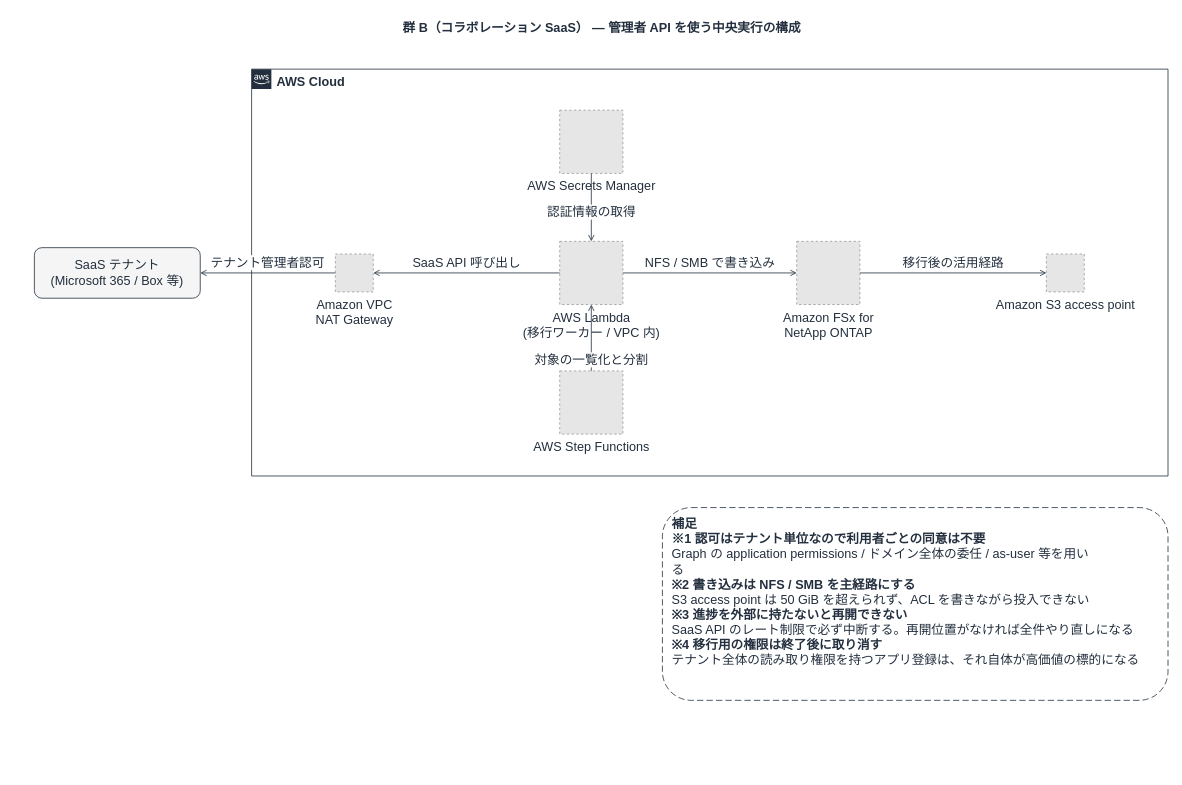
Above: docs/diagrams/saas-migration-group-b-worker.drawio in Yoshiki0705/FSx-for-ONTAP-S3AccessPoints-Serverless-Patterns (draw.io), before the change. Source tidied: cells renumbered, new cells numbered last; positions are measured from the earlier drawing's top-left corner, leaving out a move shared by most shapes. Both pictures are drawn from the tidied source at 79%, with x=0, y=0 at pixel (34, 13). Pictures stored in the file or linked from it are replaced by grey dashed boxes.
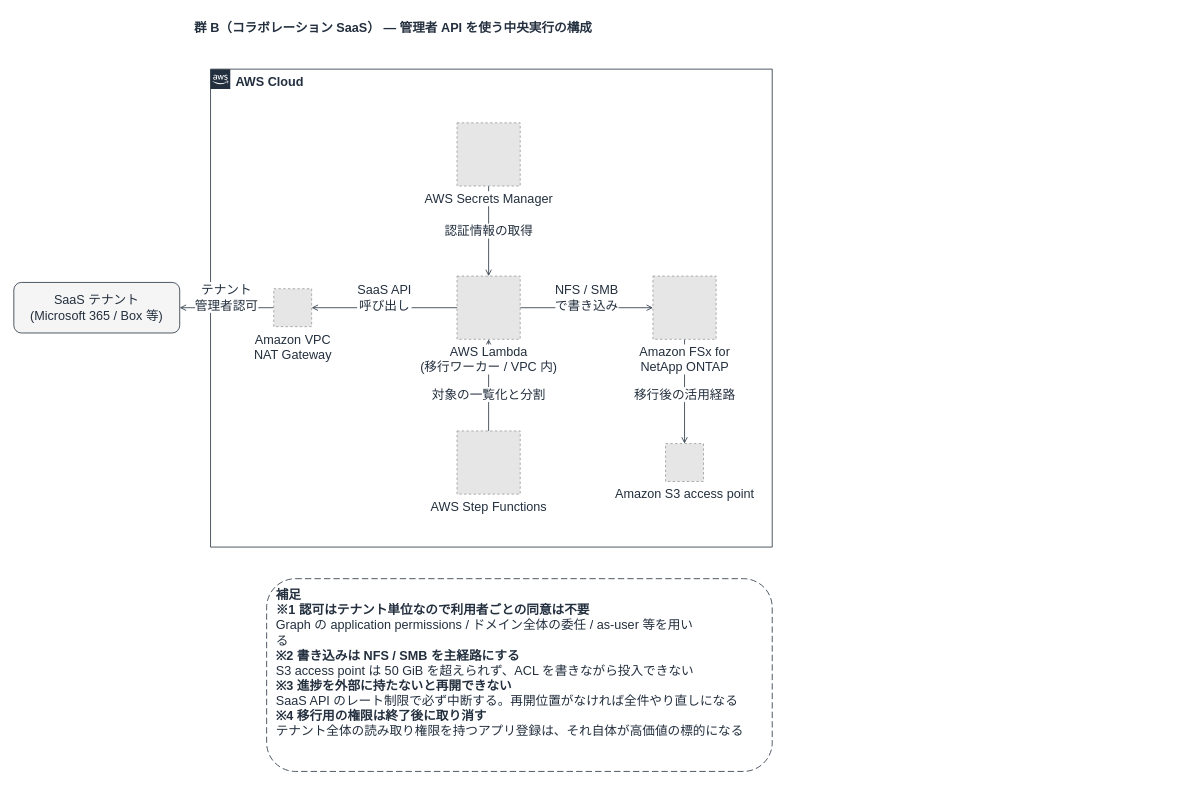
Above is the later version.

Diff of the diagram source:
```diff
@@
     <mxCell id="2" value="群 B（コラボレーション SaaS） — 管理者 API を使う中央実行の構成" style="text;html=1;align=center;verticalAlign=middle;fontSize=16;fontStyle=1;fontColor=#232F3E;" parent="1" vertex="1">
-      <mxGeometry width="1435" height="34" as="geometry" />
+      <mxGeometry x="-26" width="960" height="34" as="geometry" />
     </mxCell>
     <mxCell id="3" value="AWS Cloud" style="gradientColor=none;html=1;whiteSpace=wrap;fontSize=16;fontStyle=1;shape=mxgraph.aws4.group;grIcon=mxgraph.aws4.group_aws_cloud_alt;strokeColor=#232F3E;fillColor=none;verticalAlign=top;align=left;spacingLeft=30;fontColor=#232F3E;dashed=0;" parent="1" vertex="1">
-      <mxGeometry x="275" y="70" width="1160" height="515" as="geometry" />
+      <mxGeometry x="223" y="70" width="711" height="605" as="geometry" />
     </mxCell>
+    <mxCell id="11" value="SaaS API&lt;br&gt;呼び出し" style="edgeStyle=orthogonalEdgeStyle;rounded=0;jettySize=auto;html=1;endArrow=open;endFill=0;strokeColor=#232F3E;strokeWidth=1;fontSize=16;fontColor=#232F3E;labelBackgroundColor=#ffffff;" parent="1" edge="1" source="7" target="5">
+      <mxGeometry relative="1" as="geometry">
+        <mxPoint y="-13" as="offset" />
+      </mxGeometry>
+    </mxCell>
+    <mxCell id="12" value="テナント&lt;br&gt;管理者認可" style="edgeStyle=orthogonalEdgeStyle;rounded=0;jettySize=auto;html=1;endArrow=open;endFill=0;strokeColor=#232F3E;strokeWidth=1;fontSize=16;fontColor=#232F3E;labelBackgroundColor=#ffffff;" parent="1" edge="1" source="5" target="4">
+      <mxGeometry relative="1" as="geometry">
+        <mxPoint y="-13" as="offset" />
+      </mxGeometry>
+    </mxCell>
+    <mxCell id="13" value="認証情報の取得" style="edgeStyle=orthogonalEdgeStyle;rounded=0;jettySize=auto;html=1;endArrow=open;endFill=0;strokeColor=#232F3E;strokeWidth=1;fontSize=16;fontColor=#232F3E;labelBackgroundColor=#ffffff;" parent="1" edge="1" source="6" target="7">
+      <mxGeometry relative="1" as="geometry" />
+    </mxCell>
+    <mxCell id="14" value="対象の一覧化と分割" style="edgeStyle=orthogonalEdgeStyle;rounded=0;jettySize=auto;html=1;endArrow=open;endFill=0;strokeColor=#232F3E;strokeWidth=1;fontSize=16;fontColor=#232F3E;labelBackgroundColor=#ffffff;" parent="1" edge="1" source="8" target="7">
+      <mxGeometry relative="1" as="geometry">
+        <mxPoint y="12" as="offset" />
+      </mxGeometry>
+    </mxCell>
+    <mxCell id="15" value="NFS / SMB&lt;br&gt;で書き込み" style="edgeStyle=orthogonalEdgeStyle;rounded=0;jettySize=auto;html=1;endArrow=open;endFill=0;strokeColor=#232F3E;strokeWidth=1;fontSize=16;fontColor=#232F3E;labelBackgroundColor=#ffffff;" parent="1" edge="1" source="7" target="9">
+      <mxGeometry relative="1" as="geometry">
+        <mxPoint y="-13" as="offset" />
+      </mxGeometry>
+    </mxCell>
+    <mxCell id="16" value="移行後の活用経路" style="edgeStyle=orthogonalEdgeStyle;rounded=0;jettySize=auto;html=1;endArrow=open;endFill=0;strokeColor=#232F3E;strokeWidth=1;fontSize=16;fontColor=#232F3E;labelBackgroundColor=#ffffff;" parent="1" edge="1" source="9" target="10">
+      <mxGeometry relative="1" as="geometry">
+        <mxPoint y="4" as="offset" />
+      </mxGeometry>
+    </mxCell>
     <mxCell id="4" value="SaaS テナント&lt;br&gt;(Microsoft 365 / Box 等)" style="rounded=1;whiteSpace=wrap;html=1;dashed=0;strokeColor=#232F3E;fillColor=#F5F5F5;align=center;verticalAlign=middle;fontSize=16;fontColor=#232F3E;" parent="1" vertex="1">
-      <mxGeometry y="296" width="210" height="64" as="geometry" />
+      <mxGeometry x="-26" y="340" width="210" height="64" as="geometry" />
     </mxCell>
-    <mxCell id="5" value="Amazon VPC&lt;br&gt;NAT Gateway" style="fillColor=#E6E6E6;strokeColor=#999999;dashed=1;html=1;verticalLabelPosition=bottom;verticalAlign=top;labelPosition=center;align=center;fontSize=16;fontColor=#232F3E;" parent="1" vertex="1">
-      <mxGeometry x="381" y="304" width="48" height="48" as="geometry" />
+    <mxCell id="5" value="Amazon VPC&lt;br&gt;NAT Gateway" style="fillColor=#E6E6E6;strokeColor=#999999;dashed=1;html=1;verticalLabelPosition=bottom;verticalAlign=top;labelPosition=center;align=center;fontSize=16;fontColor=#232F3E;labelBackgroundColor=#FFFFFF;" parent="1" vertex="1">
+      <mxGeometry x="303" y="348" width="48" height="48" as="geometry" />
     </mxCell>
-    <mxCell id="6" value="AWS Secrets Manager" style="fillColor=#E6E6E6;strokeColor=#999999;dashed=1;html=1;verticalLabelPosition=bottom;verticalAlign=top;labelPosition=center;align=center;fontSize=16;fontColor=#232F3E;" parent="1" vertex="1">
-      <mxGeometry x="665" y="122" width="80" height="80" as="geometry" />
+    <mxCell id="6" value="AWS Secrets Manager" style="fillColor=#E6E6E6;strokeColor=#999999;dashed=1;html=1;verticalLabelPosition=bottom;verticalAlign=top;labelPosition=center;align=center;fontSize=16;fontColor=#232F3E;labelBackgroundColor=#FFFFFF;" parent="1" vertex="1">
+      <mxGeometry x="535" y="138" width="80" height="80" as="geometry" />
     </mxCell>
-    <mxCell id="7" value="AWS Lambda&lt;br&gt;(移行ワーカー / VPC 内)" style="fillColor=#E6E6E6;strokeColor=#999999;dashed=1;html=1;verticalLabelPosition=bottom;verticalAlign=top;labelPosition=center;align=center;fontSize=16;fontColor=#232F3E;" parent="1" vertex="1">
-      <mxGeometry x="665" y="288" width="80" height="80" as="geometry" />
+    <mxCell id="7" value="AWS Lambda&lt;br&gt;(移行ワーカー / VPC 内)" style="fillColor=#E6E6E6;strokeColor=#999999;dashed=1;html=1;verticalLabelPosition=bottom;verticalAlign=top;labelPosition=center;align=center;fontSize=16;fontColor=#232F3E;labelBackgroundColor=#FFFFFF;" parent="1" vertex="1">
+      <mxGeometry x="535" y="332" width="80" height="80" as="geometry" />
     </mxCell>
-    <mxCell id="8" value="AWS Step Functions" style="fillColor=#E6E6E6;strokeColor=#999999;dashed=1;html=1;verticalLabelPosition=bottom;verticalAlign=top;labelPosition=center;align=center;fontSize=16;fontColor=#232F3E;" parent="1" vertex="1">
-      <mxGeometry x="665" y="452" width="80" height="80" as="geometry" />
+    <mxCell id="8" value="AWS Step Functions" style="fillColor=#E6E6E6;strokeColor=#999999;dashed=1;html=1;verticalLabelPosition=bottom;verticalAlign=top;labelPosition=center;align=center;fontSize=16;fontColor=#232F3E;labelBackgroundColor=#FFFFFF;" parent="1" vertex="1">
+      <mxGeometry x="535" y="528" width="80" height="80" as="geometry" />
     </mxCell>
-    <mxCell id="9" value="Amazon FSx for&lt;br&gt;NetApp ONTAP" style="fillColor=#E6E6E6;strokeColor=#999999;dashed=1;html=1;verticalLabelPosition=bottom;verticalAlign=top;labelPosition=center;align=center;fontSize=16;fontColor=#232F3E;" parent="1" vertex="1">
-      <mxGeometry x="965" y="288" width="80" height="80" as="geometry" />
+    <mxCell id="9" value="Amazon FSx for&lt;br&gt;NetApp ONTAP" style="fillColor=#E6E6E6;strokeColor=#999999;dashed=1;html=1;verticalLabelPosition=bottom;verticalAlign=top;labelPosition=center;align=center;fontSize=16;fontColor=#232F3E;labelBackgroundColor=#FFFFFF;" parent="1" vertex="1">
+      <mxGeometry x="783" y="332" width="80" height="80" as="geometry" />
     </mxCell>
-    <mxCell id="10" value="Amazon S3 access point" style="fillColor=#E6E6E6;strokeColor=#999999;dashed=1;html=1;verticalLabelPosition=bottom;verticalAlign=top;labelPosition=center;align=center;fontSize=16;fontColor=#232F3E;" parent="1" vertex="1">
-      <mxGeometry x="1281" y="304" width="48" height="48" as="geometry" />
+    <mxCell id="10" value="Amazon S3 access point" style="fillColor=#E6E6E6;strokeColor=#999999;dashed=1;html=1;verticalLabelPosition=bottom;verticalAlign=top;labelPosition=center;align=center;fontSize=16;fontColor=#232F3E;labelBackgroundColor=#FFFFFF;" parent="1" vertex="1">
+      <mxGeometry x="799" y="544" width="48" height="48" as="geometry" />
     </mxCell>
-    <mxCell id="11" value="SaaS API 呼び出し" style="edgeStyle=orthogonalEdgeStyle;rounded=0;jettySize=auto;html=1;endArrow=open;endFill=0;strokeColor=#232F3E;strokeWidth=1;fontSize=16;fontColor=#232F3E;labelBackgroundColor=#ffffff;" parent="1" edge="1" source="7" target="5">
-      <mxGeometry relative="1" as="geometry">
-        <mxPoint y="-13" as="offset" />
-      </mxGeometry>
-    </mxCell>
-    <mxCell id="12" value="テナント管理者認可" style="edgeStyle=orthogonalEdgeStyle;rounded=0;jettySize=auto;html=1;endArrow=open;endFill=0;strokeColor=#232F3E;strokeWidth=1;fontSize=16;fontColor=#232F3E;labelBackgroundColor=#ffffff;" parent="1" edge="1" source="5" target="4">
-      <mxGeometry relative="1" as="geometry">
-        <mxPoint y="-13" as="offset" />
-      </mxGeometry>
-    </mxCell>
-    <mxCell id="13" value="認証情報の取得" style="edgeStyle=orthogonalEdgeStyle;rounded=0;jettySize=auto;html=1;endArrow=open;endFill=0;strokeColor=#232F3E;strokeWidth=1;fontSize=16;fontColor=#232F3E;labelBackgroundColor=#ffffff;" parent="1" edge="1" source="6" target="7">
-      <mxGeometry relative="1" as="geometry">
-        <mxPoint y="6" as="offset" />
-      </mxGeometry>
-    </mxCell>
-    <mxCell id="14" value="対象の一覧化と分割" style="edgeStyle=orthogonalEdgeStyle;rounded=0;jettySize=auto;html=1;endArrow=open;endFill=0;strokeColor=#232F3E;strokeWidth=1;fontSize=16;fontColor=#232F3E;labelBackgroundColor=#ffffff;" parent="1" edge="1" source="8" target="7">
-      <mxGeometry relative="1" as="geometry">
-        <mxPoint y="28" as="offset" />
-      </mxGeometry>
-    </mxCell>
-    <mxCell id="15" value="NFS / SMB で書き込み" style="edgeStyle=orthogonalEdgeStyle;rounded=0;jettySize=auto;html=1;endArrow=open;endFill=0;strokeColor=#232F3E;strokeWidth=1;fontSize=16;fontColor=#232F3E;labelBackgroundColor=#ffffff;" parent="1" edge="1" source="7" target="9">
-      <mxGeometry relative="1" as="geometry">
-        <mxPoint y="-13" as="offset" />
-      </mxGeometry>
-    </mxCell>
-    <mxCell id="16" value="移行後の活用経路" style="edgeStyle=orthogonalEdgeStyle;rounded=0;jettySize=auto;html=1;endArrow=open;endFill=0;strokeColor=#232F3E;strokeWidth=1;fontSize=16;fontColor=#232F3E;labelBackgroundColor=#ffffff;" parent="1" edge="1" source="9" target="10">
-      <mxGeometry relative="1" as="geometry">
-        <mxPoint y="-13" as="offset" />
-      </mxGeometry>
-    </mxCell>
     <mxCell id="17" value="&lt;b&gt;補足&lt;/b&gt;&lt;br&gt;&lt;b&gt;※1 認可はテナント単位なので利用者ごとの同意は不要&lt;/b&gt;&lt;br&gt;Graph の application permissions / ドメイン全体の委任 / as-user 等を用い&lt;br&gt;る&lt;br&gt;&lt;b&gt;※2 書き込みは NFS / SMB を主経路にする&lt;/b&gt;&lt;br&gt;S3 access point は 50 GiB を超えられず、ACL を書きながら投入できない&lt;br&gt;&lt;b&gt;※3 進捗を外部に持たないと再開できない&lt;/b&gt;&lt;br&gt;SaaS API のレート制限で必ず中断する。再開位置がなければ全件やり直しになる&lt;br&gt;&lt;b&gt;※4 移行用の権限は終了後に取り消す&lt;/b&gt;&lt;br&gt;テナント全体の読み取り権限を持つアプリ登録は、それ自体が高価値の標的になる" style="rounded=1;whiteSpace=wrap;html=1;dashed=1;dashPattern=8 4;strokeColor=#232F3E;fillColor=#FFFFFF;align=left;verticalAlign=top;spacingLeft=10;spacingTop=4;fontSize=16;fontColor=#232F3E;" parent="1" vertex="1">
-      <mxGeometry x="795" y="625" width="640" height="244" as="geometry" />
+      <mxGeometry x="294" y="715" width="640" height="244" as="geometry" />
     </mxCell>
```
